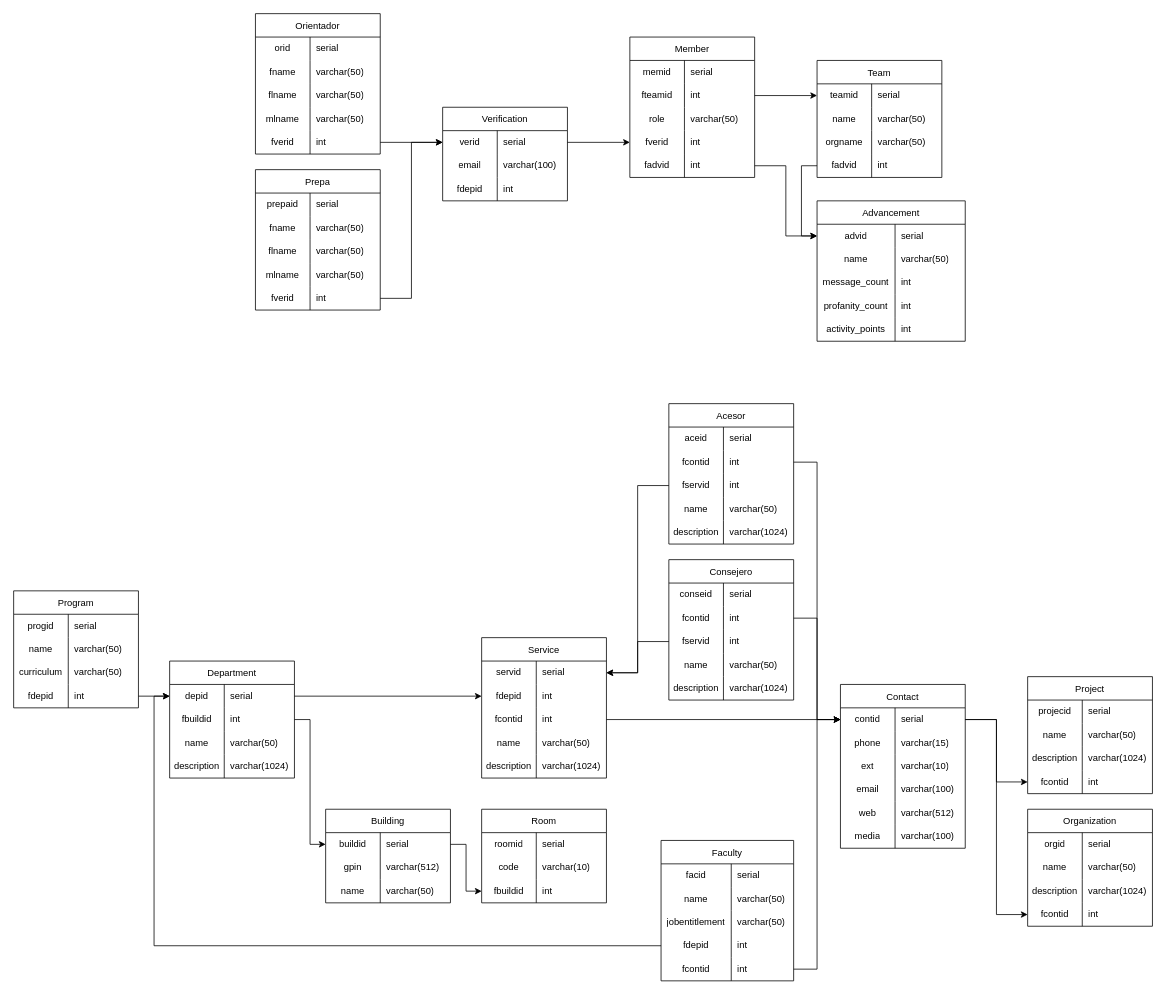
Before: schema/Untitled Diagram.drawio in AlfredoSoto1/BotOrientador, a draw.io diagram. Source tidied: cells renumbered, new cells numbered last; positions are measured from the earlier drawing's top-left corner, leaving out a move shared by most shapes. Both pictures are drawn from the tidied source at 78%, with x=0, y=0 at pixel (13, 13).
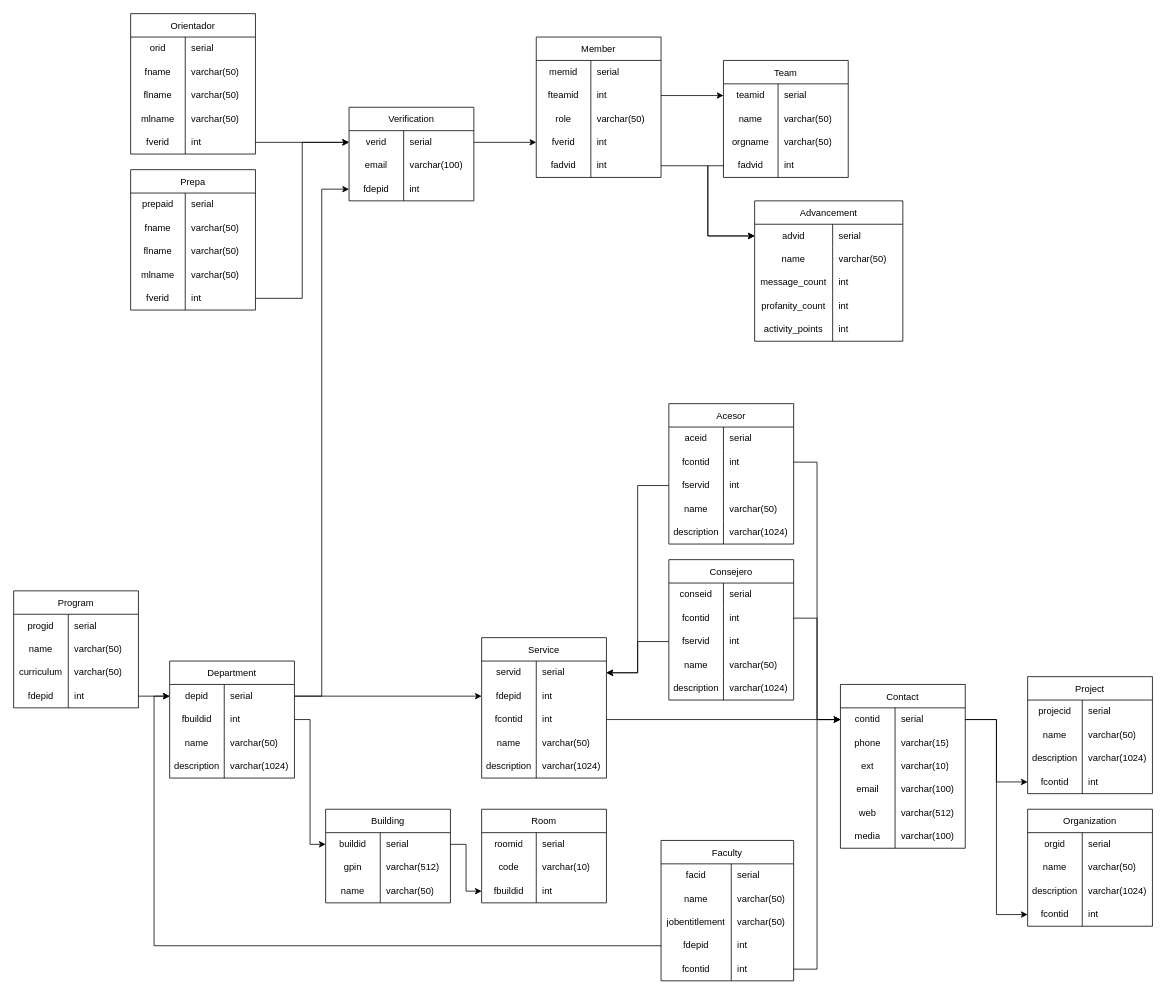
After the change.

The change refers to these unchanged cells:
```xml
<mxCell id="9" style="shape=tableRow;horizontal=0;startSize=0;swimlaneHead=0;swimlaneBody=0;top=0;left=0;bottom=0;right=0;fillColor=none;points=[[0,0.5],[1,0.5]];portConstraint=eastwest;strokeColor=inherit;fontSize=12;" parent="2" vertex="1">
  <mxGeometry y="90" width="160" height="30" as="geometry" />
</mxCell>
<mxCell id="106" style="shape=tableRow;horizontal=0;startSize=0;swimlaneHead=0;swimlaneBody=0;top=0;left=0;bottom=0;right=0;fillColor=none;points=[[0,0.5],[1,0.5]];portConstraint=eastwest;strokeColor=inherit;fontSize=12;" parent="105" vertex="1">
  <mxGeometry y="30" width="160" height="30" as="geometry" />
</mxCell>
```

Diff of the diagram source:
```diff
@@
     <mxCell id="2" value="Verification" style="shape=table;startSize=30;childLayout=tableLayout;rowLines=0;fontStyle=0;strokeColor=default;fontSize=12;" parent="1" vertex="1">
-      <mxGeometry x="550" y="120" width="160" height="120" as="geometry" />
+      <mxGeometry x="430" y="120" width="160" height="120" as="geometry" />
     </mxCell>
@@
     <mxCell id="12" value="Orientador" style="shape=table;startSize=30;childLayout=tableLayout;rowLines=0;fontStyle=0;strokeColor=default;fontSize=12;" parent="1" vertex="1">
-      <mxGeometry x="310" width="160" height="180" as="geometry" />
+      <mxGeometry x="150" width="160" height="180" as="geometry" />
     </mxCell>
@@
     <mxCell id="28" value="Prepa" style="shape=table;startSize=30;childLayout=tableLayout;rowLines=0;fontStyle=0;strokeColor=default;fontSize=12;" parent="1" vertex="1">
-      <mxGeometry x="310" y="200" width="160" height="180" as="geometry" />
+      <mxGeometry x="150" y="200" width="160" height="180" as="geometry" />
     </mxCell>
@@
     <mxCell id="44" value="Member" style="shape=table;startSize=30;childLayout=tableLayout;rowLines=0;fontStyle=0;strokeColor=default;fontSize=12;" parent="1" vertex="1">
-      <mxGeometry x="790" y="30" width="160" height="180" as="geometry" />
+      <mxGeometry x="670" y="30" width="160" height="180" as="geometry" />
     </mxCell>
@@
     <mxCell id="60" value="Team" style="shape=table;startSize=30;childLayout=tableLayout;rowLines=0;fontStyle=0;strokeColor=default;fontSize=12;" parent="1" vertex="1">
-      <mxGeometry x="1030" y="60" width="160" height="150" as="geometry" />
+      <mxGeometry x="910" y="60" width="160" height="150" as="geometry" />
     </mxCell>
@@
     <mxCell id="77" value="Advancement" style="shape=table;startSize=30;childLayout=tableLayout;rowLines=0;fontStyle=0;strokeColor=default;fontSize=12;" parent="1" vertex="1">
-      <mxGeometry x="1030" y="240" width="190" height="180" as="geometry" />
+      <mxGeometry x="950" y="240" width="190" height="180" as="geometry" />
     </mxCell>
@@
+    <mxCell id="263" style="edgeStyle=orthogonalEdgeStyle;rounded=0;jettySize=auto;html=1;exitX=1;exitY=0.5;exitDx=0;exitDy=0;entryX=0;entryY=0.5;entryDx=0;entryDy=0;" parent="1" edge="1" source="106" target="9">
+      <mxGeometry relative="1" as="geometry" />
+    </mxCell>
```
